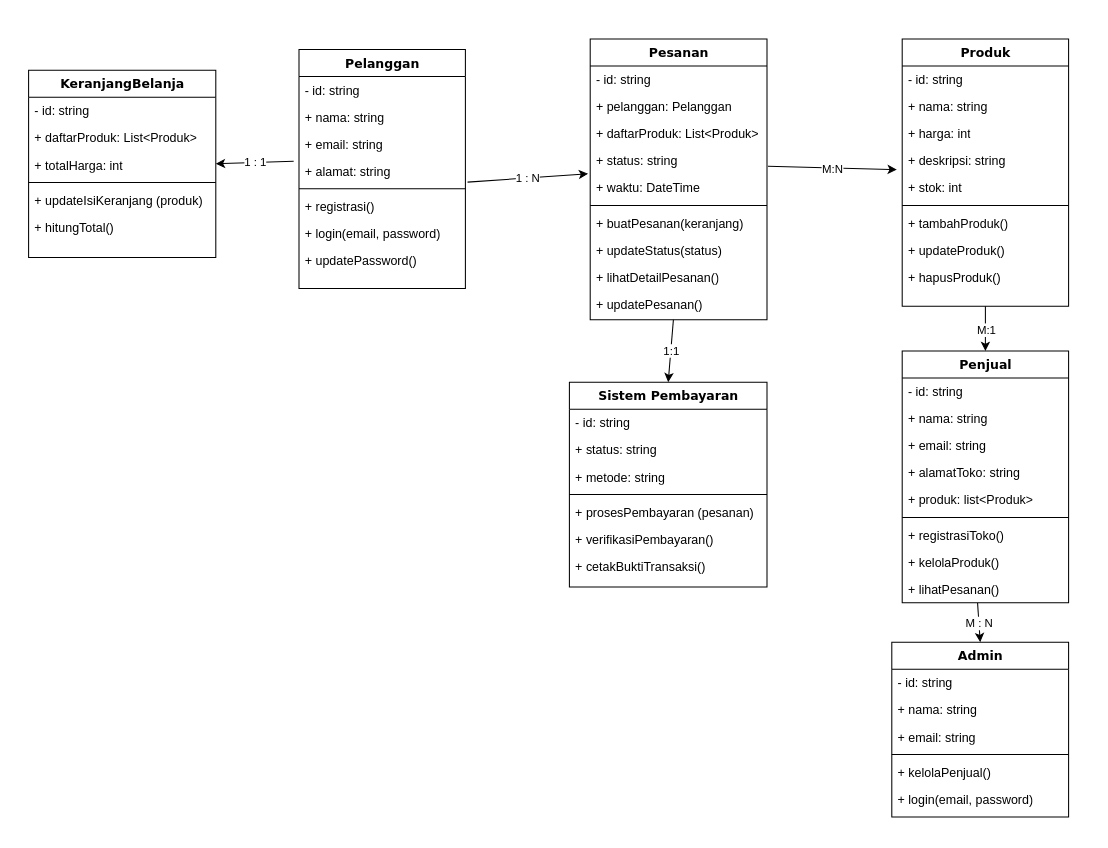
JunathanRichie/KPPL-Pertemuan-5 keeps this draw.io diagram as ClassDiagramPertemuan15.drawio. Above is the earlier version. Source tidied: cells renumbered, new cells numbered last; positions are measured from the earlier drawing's top-left corner, leaving out a move shared by most shapes. Both pictures are drawn from the tidied source at 104%, with x=0, y=0 at pixel (28, 38).
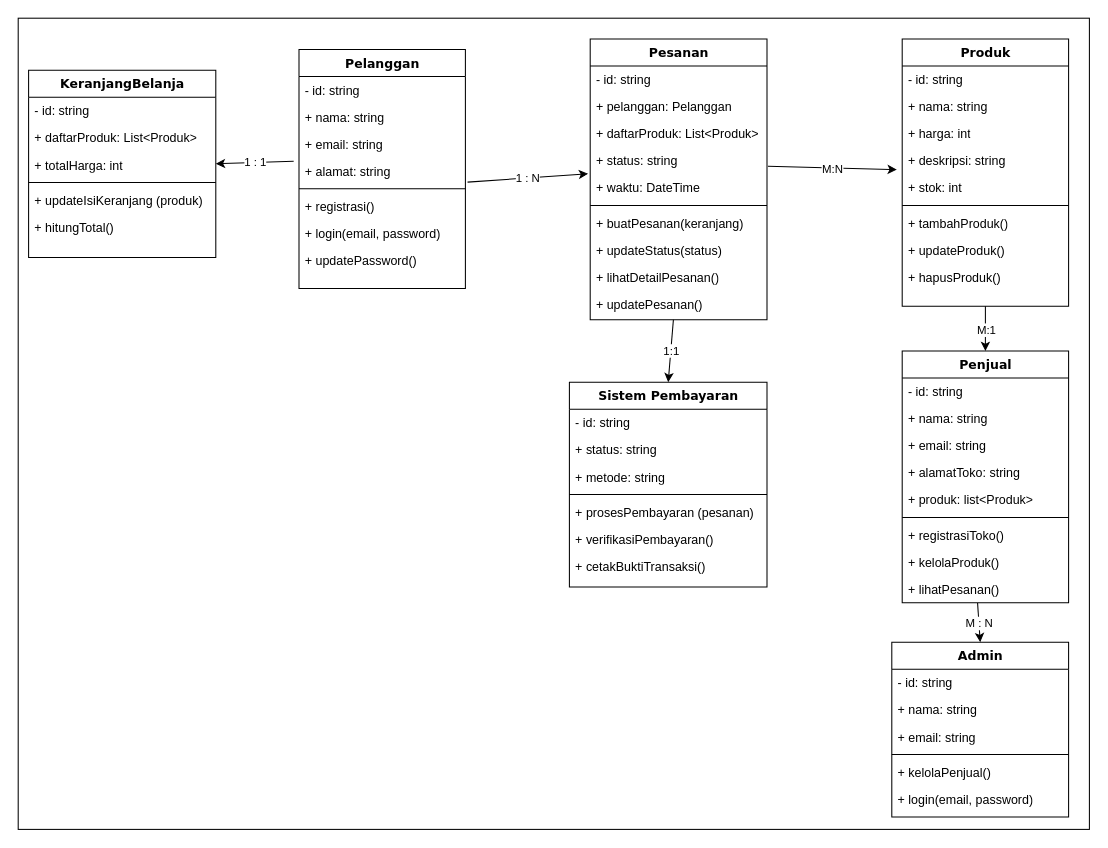
The same diagram, later.

Change to the diagram source:
```diff
@@
+    <mxCell id="76" style="rounded=0;whiteSpace=wrap;html=1;" parent="1" vertex="1">
+      <mxGeometry x="-10" y="-20" width="1030" height="780" as="geometry" />
+    </mxCell>
```
